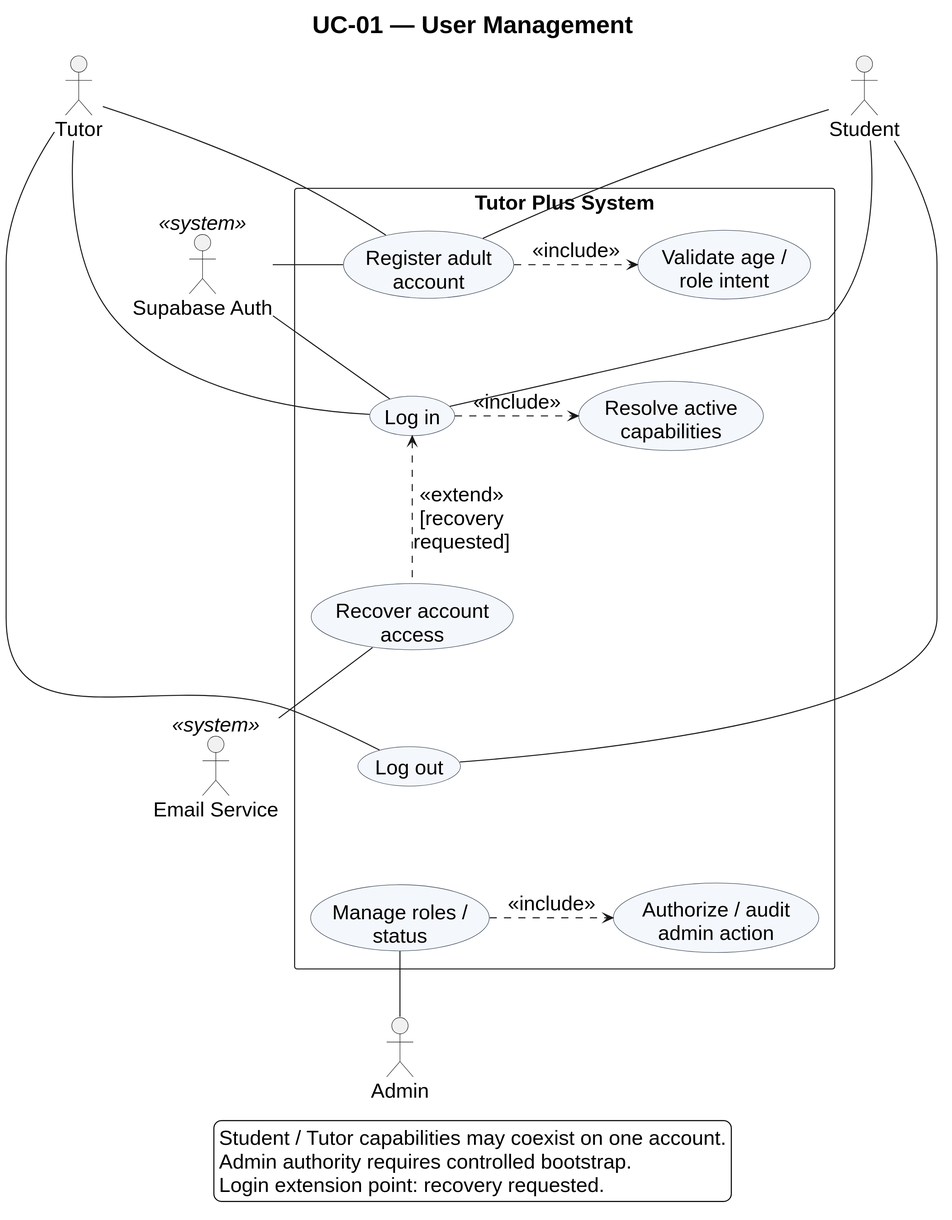
Above: docs/diagrams/rendered/usecase-uc01.svg in addiee13/tutor-plus (PlantUML), before the change. The source it was exported from:
```plantuml
@startuml
title UC-01 — User Management
top to bottom direction
skinparam backgroundColor white
skinparam defaultFontName Arial
skinparam defaultFontSize 20
skinparam legendFontSize 20
skinparam titleFontSize 24
skinparam shadowing false
skinparam dpi 180
skinparam packageStyle rectangle
skinparam usecaseBackgroundColor #F4F7FB
skinparam usecaseBorderColor #334155
actor Student
actor Tutor
actor "Admin" as Admin
actor "Supabase Auth" as Auth <<system>>
actor "Email Service" as Email <<system>>
rectangle "Tutor Plus System" {
  usecase "Register adult\naccount" as Register
  usecase "Validate age /\nrole intent" as Validate
  usecase "Log in" as Login
  usecase "Resolve active\ncapabilities" as Resolve
  usecase "Recover account\naccess" as Recover
  usecase "Log out" as Logout
  usecase "Manage roles /\nstatus" as Manage
  usecase "Authorize / audit\nadmin action" as Audit
  Register .right.> Validate : <<include>>
  Login .right.> Resolve : <<include>>
  Recover .up.> Login : <<extend>>\n[recovery\nrequested]
  Manage .right.> Audit : <<include>>
  Register -[hidden]down- Login
  Recover -[hidden]down- Logout
  Logout -[hidden]down- Manage
}
Student -down- Register
Student -- Login
Student -- Logout
Tutor -down- Register
Tutor -- Login
Tutor -- Logout
Admin -up- Manage
Auth -up- Register
Auth -- Login
Email -up- Recover
legend bottom
  Student / Tutor capabilities may coexist on one account.
  Admin authority requires controlled bootstrap.
  Login extension point: recovery requested.
endlegend
@enduml
```
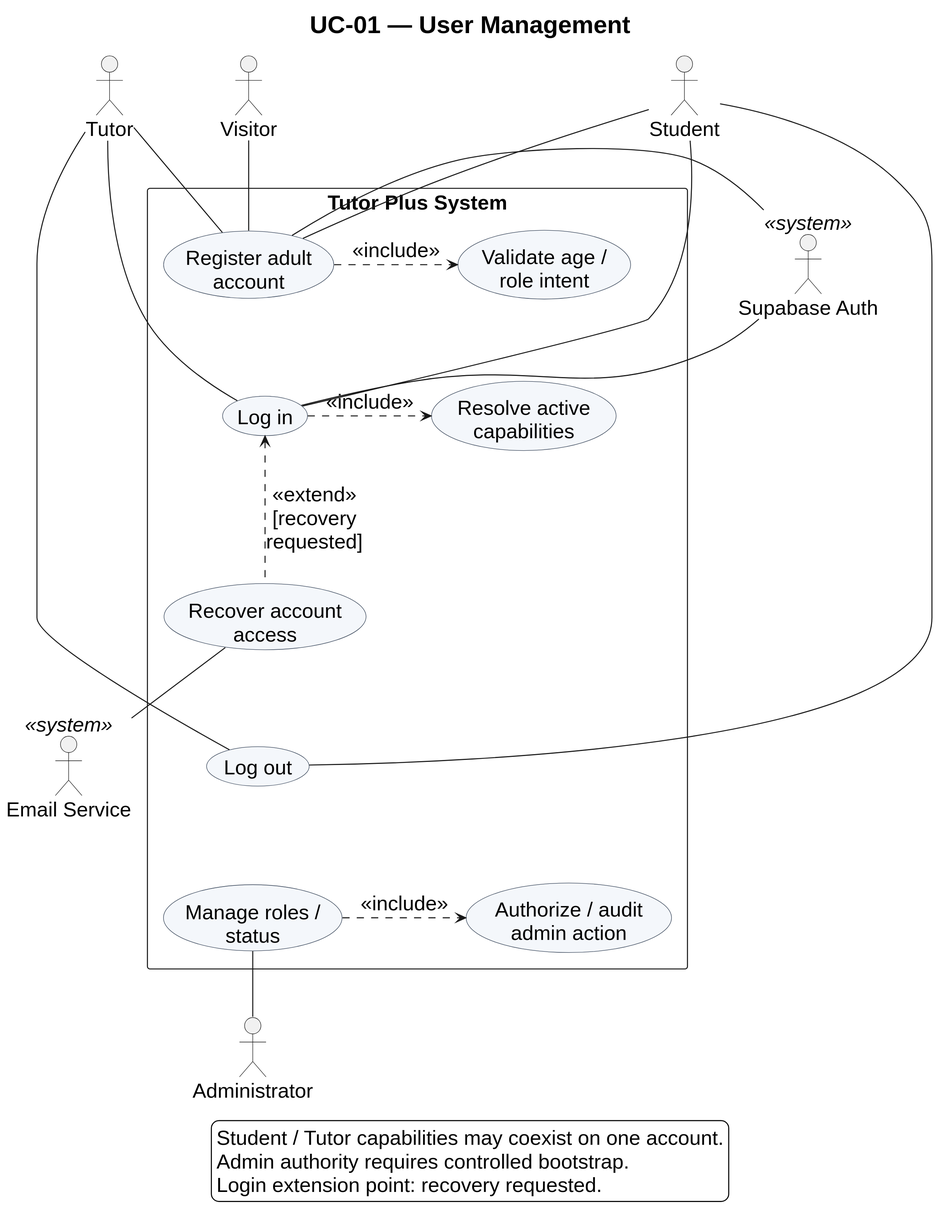
Later version of the same file.

Diff of the diagram source:
```diff
@@ -11,9 +11,10 @@
 skinparam packageStyle rectangle
 skinparam usecaseBackgroundColor #F4F7FB
 skinparam usecaseBorderColor #334155
+actor Visitor
 actor Student
 actor Tutor
-actor "Admin" as Admin
+actor Administrator as Admin
 actor "Supabase Auth" as Auth <<system>>
 actor "Email Service" as Email <<system>>
 rectangle "Tutor Plus System" {
@@ -33,6 +34,7 @@
   Recover -[hidden]down- Logout
   Logout -[hidden]down- Manage
 }
+Visitor -down- Register
 Student -down- Register
 Student -- Login
 Student -- Logout
```
